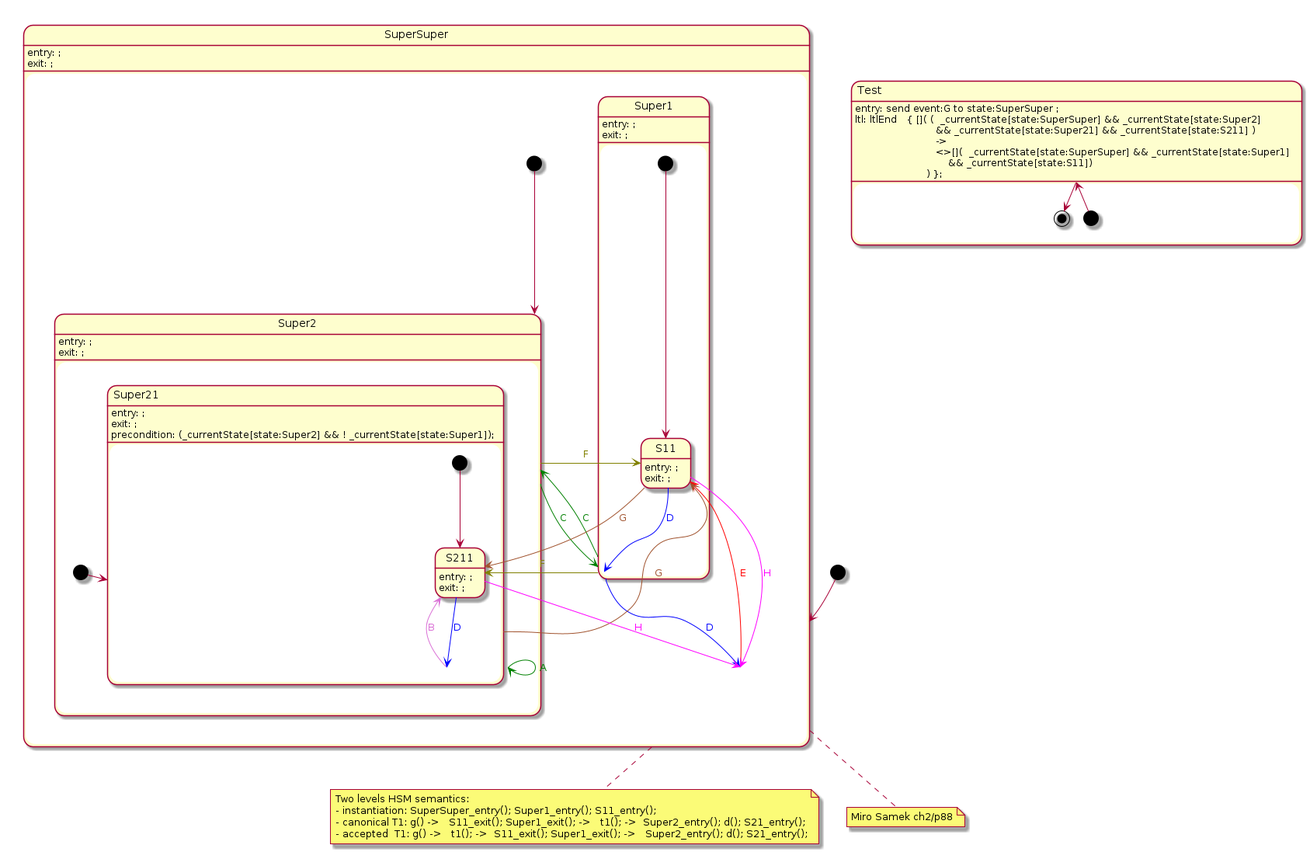
Above: plantuml/hsm/samek-g.png in melintea/upml (PlantUML), before the change. Its source is kept beside it as plantuml/hsm/samek-g.plantuml.
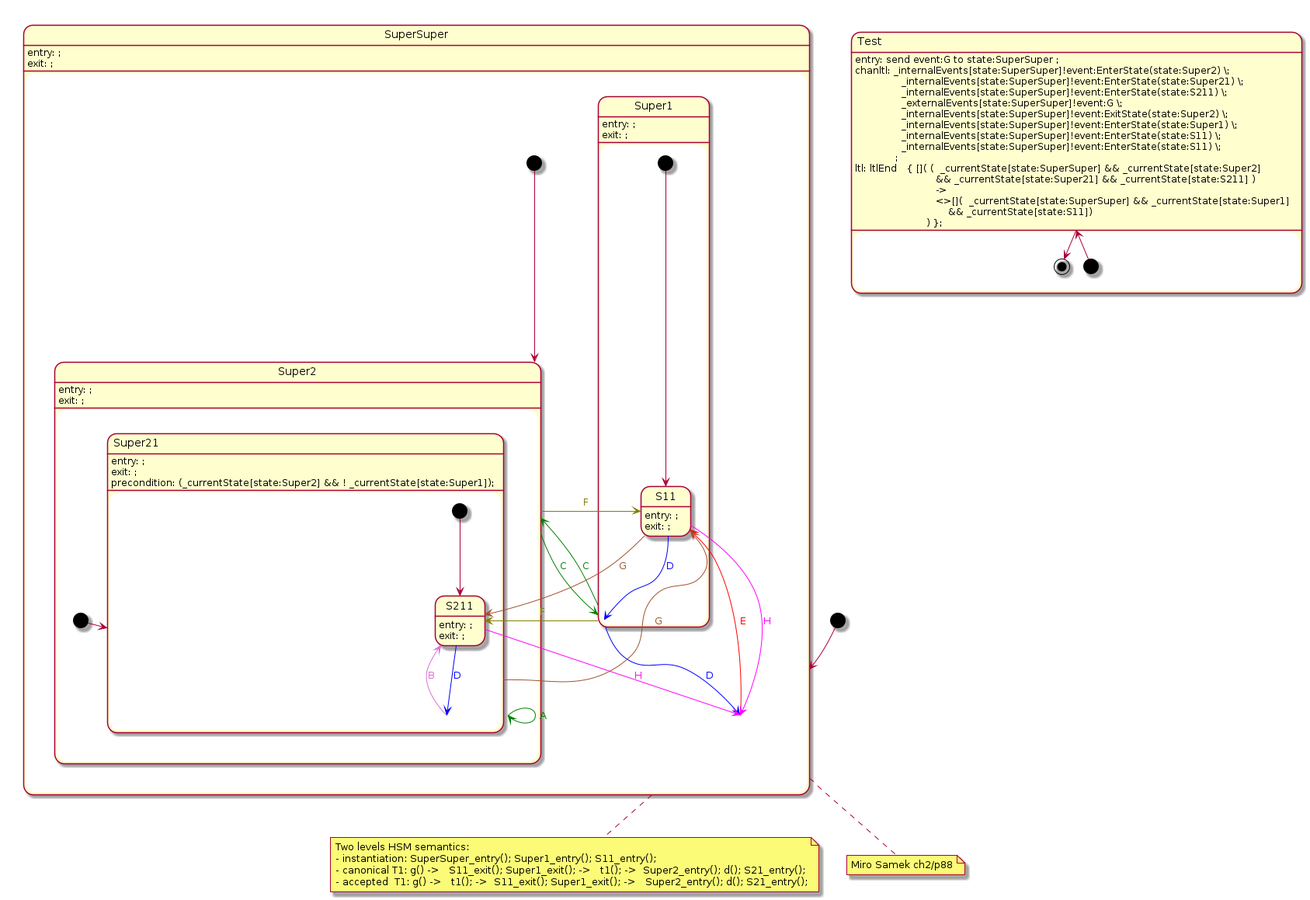
After the commit.

The edit, as a diff of the source:
```diff
@@ -71,6 +71,15 @@
 [*] --> Test
 Test --> [*]
 Test: entry: send event:G to state:SuperSuper ;
+Test: chanltl: _internalEvents[state:SuperSuper]!event:EnterState(state:Super2) \; \n\
+               _internalEvents[state:SuperSuper]!event:EnterState(state:Super21) \; \n\
+               _internalEvents[state:SuperSuper]!event:EnterState(state:S211) \; \n\
+               _externalEvents[state:SuperSuper]!event:G \; \n\
+	       _internalEvents[state:SuperSuper]!event:ExitState(state:Super2) \; \n\
+               _internalEvents[state:SuperSuper]!event:EnterState(state:Super1) \; \n\
+               _internalEvents[state:SuperSuper]!event:EnterState(state:S11) \; \n\
+               _internalEvents[state:SuperSuper]!event:EnterState(state:S11) \; \n\
+             ;
 Test: ltl: ltlEnd   { []( (  _currentState[state:SuperSuper] && _currentState[state:Super2] \n\
                           && _currentState[state:Super21] && _currentState[state:S211] ) \n\
 			  -> \n\
```
